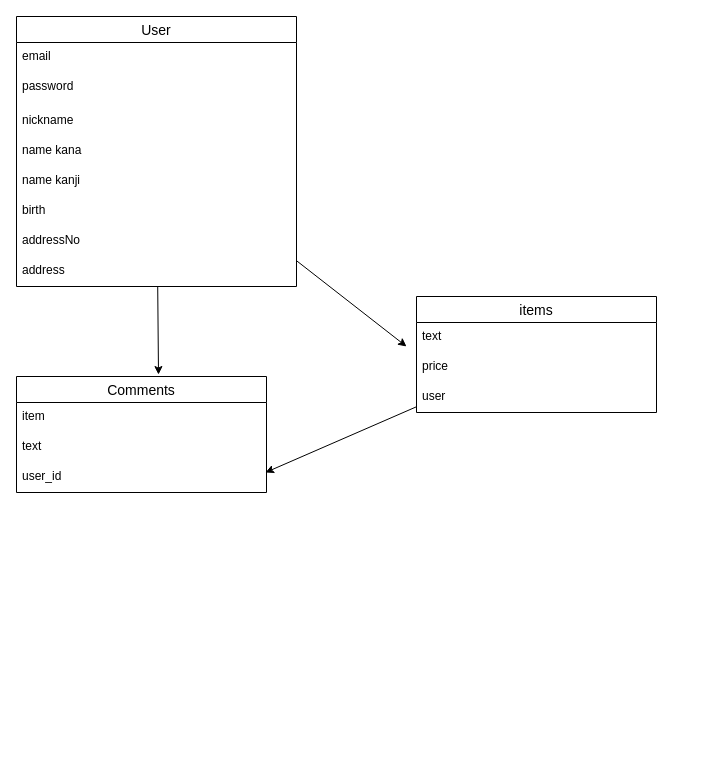
Earlier version of the draw.io diagram ER.dio (midor030/furima-31771). Source tidied: cells renumbered, new cells numbered last; positions are measured from the earlier drawing's top-left corner, leaving out a move shared by most shapes. Both pictures are drawn from the tidied source at 100%, with x=0, y=0 at pixel (16, 16).
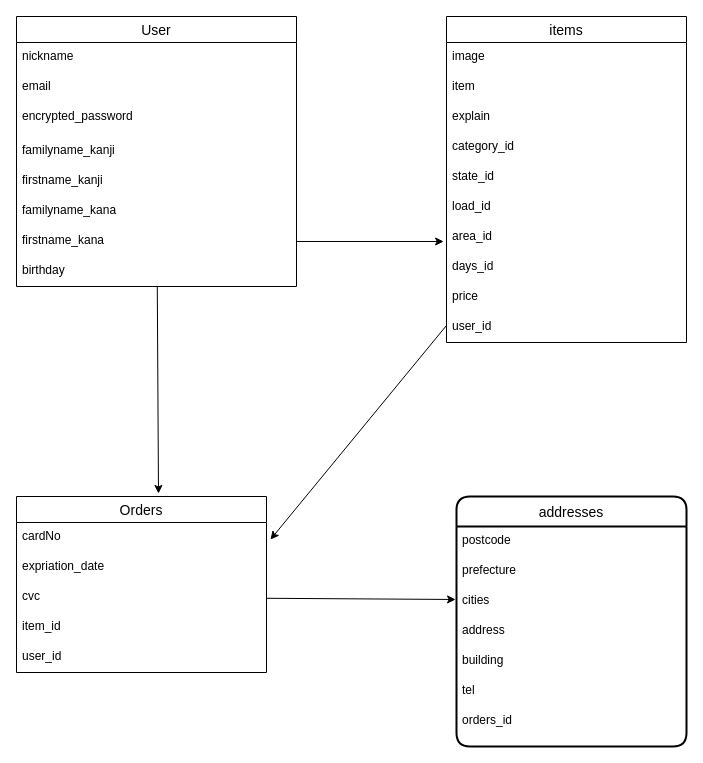
The same diagram, later.

Unchanged cells that the change refers to:
```xml
<mxCell id="4" value="User" style="swimlane;fontStyle=0;horizontal=1;startSize=26;align=center;fontSize=14;" parent="1" vertex="1">
  <mxGeometry width="280" height="270" as="geometry" />
</mxCell>
```

Diff of the diagram source:
```diff
@@
-    <mxCell id="2" style="edgeStyle=none;rounded=0;jettySize=auto;html=1;" parent="1" edge="1" source="4">
-      <mxGeometry relative="1" as="geometry">
-        <mxPoint x="390" y="330" as="targetPoint" />
-      </mxGeometry>
-    </mxCell>
@@
+    <mxCell id="7" value="nickname" style="text;strokeColor=none;fillColor=none;spacingLeft=4;spacingRight=4;overflow=hidden;fontSize=12;" parent="4" vertex="1">
+      <mxGeometry y="26" width="280" height="30" as="geometry" />
+    </mxCell>
     <mxCell id="5" value="email" style="text;strokeColor=none;fillColor=none;spacingLeft=4;spacingRight=4;overflow=hidden;fontSize=12;" parent="4" vertex="1">
-      <mxGeometry y="26" width="280" height="30" as="geometry" />
+      <mxGeometry y="56" width="280" height="30" as="geometry" />
     </mxCell>
-    <mxCell id="6" value="password" style="text;strokeColor=none;fillColor=none;spacingLeft=4;spacingRight=4;overflow=hidden;fontSize=12;" parent="4" vertex="1">
-      <mxGeometry y="56" width="280" height="34" as="geometry" />
+    <mxCell id="6" value="encrypted_password&#10;" style="text;strokeColor=none;fillColor=none;spacingLeft=4;spacingRight=4;overflow=hidden;fontSize=12;" parent="4" vertex="1">
+      <mxGeometry y="86" width="280" height="34" as="geometry" />
     </mxCell>
-    <mxCell id="7" value="nickname" style="text;strokeColor=none;fillColor=none;spacingLeft=4;spacingRight=4;overflow=hidden;fontSize=12;" parent="4" vertex="1">
-      <mxGeometry y="90" width="280" height="30" as="geometry" />
-    </mxCell>
-    <mxCell id="8" value="name kana" style="text;strokeColor=none;fillColor=none;spacingLeft=4;spacingRight=4;overflow=hidden;fontSize=12;" parent="4" vertex="1">
+    <mxCell id="8" value="familyname_kanji" style="text;strokeColor=none;fillColor=none;spacingLeft=4;spacingRight=4;overflow=hidden;fontSize=12;" parent="4" vertex="1">
       <mxGeometry y="120" width="280" height="30" as="geometry" />
     </mxCell>
-    <mxCell id="9" value="name kanji" style="text;strokeColor=none;fillColor=none;spacingLeft=4;spacingRight=4;overflow=hidden;fontSize=12;" parent="4" vertex="1">
+    <mxCell id="9" value="firstname_kanji&#10;" style="text;strokeColor=none;fillColor=none;spacingLeft=4;spacingRight=4;overflow=hidden;fontSize=12;" parent="4" vertex="1">
       <mxGeometry y="150" width="280" height="30" as="geometry" />
     </mxCell>
-    <mxCell id="10" value="birth" style="text;strokeColor=none;fillColor=none;spacingLeft=4;spacingRight=4;overflow=hidden;fontSize=12;" parent="4" vertex="1">
+    <mxCell id="10" value="familyname_kana" style="text;strokeColor=none;fillColor=none;spacingLeft=4;spacingRight=4;overflow=hidden;fontSize=12;" parent="4" vertex="1">
       <mxGeometry y="180" width="280" height="30" as="geometry" />
     </mxCell>
-    <mxCell id="11" value="addressNo" style="text;strokeColor=none;fillColor=none;spacingLeft=4;spacingRight=4;overflow=hidden;points=[[0,0.5],[1,0.5]];portConstraint=eastwest;fontSize=12;" parent="4" vertex="1">
+    <mxCell id="11" value="firstname_kana" style="text;strokeColor=none;fillColor=none;spacingLeft=4;spacingRight=4;overflow=hidden;points=[[0,0.5],[1,0.5]];portConstraint=eastwest;fontSize=12;" parent="4" vertex="1">
       <mxGeometry y="210" width="280" height="30" as="geometry" />
     </mxCell>
-    <mxCell id="12" value="address" style="text;strokeColor=none;fillColor=none;spacingLeft=4;spacingRight=4;overflow=hidden;fontSize=12;" parent="4" vertex="1">
-      <mxGeometry y="240" width="280" height="30" as="geometry" />
-    </mxCell>
+    <mxCell id="22" value="birthday" style="text;strokeColor=none;fillColor=none;spacingLeft=4;spacingRight=4;overflow=hidden;fontSize=12;" parent="4" vertex="1">
+      <mxGeometry y="240" width="280" height="30" as="geometry" />
+    </mxCell>
-    <mxCell id="13" style="edgeStyle=none;rounded=0;jettySize=auto;html=1;entryX=0.996;entryY=0.333;entryDx=0;entryDy=0;entryPerimeter=0;" parent="1" edge="1" source="14" target="21">
+    <mxCell id="13" style="edgeStyle=none;rounded=0;jettySize=auto;html=1;entryX=1.016;entryY=0.567;entryDx=0;entryDy=0;entryPerimeter=0;" parent="1" edge="1" source="14" target="32">
       <mxGeometry relative="1" as="geometry" />
     </mxCell>
     <mxCell id="14" value="items" style="swimlane;fontStyle=0;horizontal=1;startSize=26;align=center;fontSize=14;" parent="1" vertex="1">
-      <mxGeometry x="400" y="280" width="240" height="116" as="geometry" />
+      <mxGeometry x="430" width="240" height="326" as="geometry" />
     </mxCell>
-    <mxCell id="15" value="text" style="text;strokeColor=none;fillColor=none;spacingLeft=4;spacingRight=4;overflow=hidden;fontSize=12;" parent="14" vertex="1">
-      <mxGeometry y="26" width="240" height="30" as="geometry" />
-    </mxCell>
+    <mxCell id="23" value="image" style="text;strokeColor=none;fillColor=none;spacingLeft=4;spacingRight=4;overflow=hidden;fontSize=12;" parent="14" vertex="1">
+      <mxGeometry y="26" width="240" height="30" as="geometry" />
+    </mxCell>
+    <mxCell id="24" value="item" style="text;strokeColor=none;fillColor=none;spacingLeft=4;spacingRight=4;overflow=hidden;fontSize=12;" parent="14" vertex="1">
+      <mxGeometry y="56" width="240" height="30" as="geometry" />
+    </mxCell>
+    <mxCell id="25" value="explain" style="text;strokeColor=none;fillColor=none;spacingLeft=4;spacingRight=4;overflow=hidden;fontSize=12;" parent="14" vertex="1">
+      <mxGeometry y="86" width="240" height="30" as="geometry" />
+    </mxCell>
+    <mxCell id="26" value="category_id" style="text;strokeColor=none;fillColor=none;spacingLeft=4;spacingRight=4;overflow=hidden;fontSize=12;" parent="14" vertex="1">
+      <mxGeometry y="116" width="240" height="30" as="geometry" />
+    </mxCell>
+    <mxCell id="27" value="state_id" style="text;strokeColor=none;fillColor=none;spacingLeft=4;spacingRight=4;overflow=hidden;fontSize=12;" parent="14" vertex="1">
+      <mxGeometry y="146" width="240" height="30" as="geometry" />
+    </mxCell>
+    <mxCell id="28" value="load_id" style="text;strokeColor=none;fillColor=none;spacingLeft=4;spacingRight=4;overflow=hidden;fontSize=12;" parent="14" vertex="1">
+      <mxGeometry y="176" width="240" height="30" as="geometry" />
+    </mxCell>
+    <mxCell id="29" value="area_id" style="text;strokeColor=none;fillColor=none;spacingLeft=4;spacingRight=4;overflow=hidden;points=[[0,0.5],[1,0.5]];portConstraint=eastwest;fontSize=12;" parent="14" vertex="1">
+      <mxGeometry y="206" width="240" height="30" as="geometry" />
+    </mxCell>
+    <mxCell id="30" value="days_id" style="text;strokeColor=none;fillColor=none;spacingLeft=4;spacingRight=4;overflow=hidden;fontSize=12;" parent="14" vertex="1">
+      <mxGeometry y="236" width="240" height="30" as="geometry" />
+    </mxCell>
     <mxCell id="16" value="price" style="text;strokeColor=none;fillColor=none;spacingLeft=4;spacingRight=4;overflow=hidden;fontSize=12;" parent="14" vertex="1">
-      <mxGeometry y="56" width="240" height="30" as="geometry" />
+      <mxGeometry y="266" width="240" height="30" as="geometry" />
     </mxCell>
-    <mxCell id="17" value="user" style="text;strokeColor=none;fillColor=none;spacingLeft=4;spacingRight=4;overflow=hidden;fontSize=12;verticalAlign=top;" parent="14" vertex="1">
-      <mxGeometry y="86" width="240" height="30" as="geometry" />
+    <mxCell id="17" value="user_id" style="text;strokeColor=none;fillColor=none;spacingLeft=4;spacingRight=4;overflow=hidden;fontSize=12;verticalAlign=top;" parent="14" vertex="1">
+      <mxGeometry y="296" width="240" height="30" as="geometry" />
     </mxCell>
+    <mxCell id="31" style="edgeStyle=orthogonalEdgeStyle;rounded=0;jettySize=auto;html=1;entryX=-0.012;entryY=0.633;entryDx=0;entryDy=0;entryPerimeter=0;" parent="1" edge="1" source="11" target="29">
+      <mxGeometry relative="1" as="geometry" />
+    </mxCell>
-    <mxCell id="18" value="Comments" style="swimlane;fontStyle=0;horizontal=1;startSize=26;align=center;fontSize=14;" parent="1" vertex="1">
-      <mxGeometry y="360" width="250" height="116" as="geometry" />
+    <mxCell id="18" value="Orders" style="swimlane;fontStyle=0;horizontal=1;startSize=26;align=center;fontSize=14;" parent="1" vertex="1">
+      <mxGeometry y="480" width="250" height="176" as="geometry" />
     </mxCell>
+    <mxCell id="32" value="cardNo" style="text;strokeColor=none;fillColor=none;spacingLeft=4;spacingRight=4;overflow=hidden;points=[[0,0.5],[1,0.5]];portConstraint=eastwest;fontSize=12;" parent="18" vertex="1">
+      <mxGeometry y="26" width="250" height="30" as="geometry" />
+    </mxCell>
+    <mxCell id="33" value="expriation_date" style="text;strokeColor=none;fillColor=none;spacingLeft=4;spacingRight=4;overflow=hidden;fontSize=12;" parent="18" vertex="1">
+      <mxGeometry y="56" width="250" height="30" as="geometry" />
+    </mxCell>
+    <mxCell id="34" value="cvc" style="text;strokeColor=none;fillColor=none;spacingLeft=4;spacingRight=4;overflow=hidden;points=[[0,0.5],[1,0.5]];portConstraint=eastwest;fontSize=12;" parent="18" vertex="1">
+      <mxGeometry y="86" width="250" height="30" as="geometry" />
+    </mxCell>
-    <mxCell id="19" value="item" style="text;strokeColor=none;fillColor=none;spacingLeft=4;spacingRight=4;overflow=hidden;fontSize=12;" parent="18" vertex="1">
-      <mxGeometry y="26" width="250" height="30" as="geometry" />
+    <mxCell id="19" value="item_id" style="text;strokeColor=none;fillColor=none;spacingLeft=4;spacingRight=4;overflow=hidden;fontSize=12;" parent="18" vertex="1">
+      <mxGeometry y="116" width="250" height="30" as="geometry" />
     </mxCell>
-    <mxCell id="20" value="text" style="text;strokeColor=none;fillColor=none;spacingLeft=4;spacingRight=4;overflow=hidden;fontSize=12;" parent="18" vertex="1">
-      <mxGeometry y="56" width="250" height="30" as="geometry" />
-    </mxCell>
     <mxCell id="21" value="user_id" style="text;strokeColor=none;fillColor=none;spacingLeft=4;spacingRight=4;overflow=hidden;points=[[0,0.5],[1,0.5]];portConstraint=eastwest;fontSize=12;" parent="18" vertex="1">
-      <mxGeometry y="86" width="250" height="30" as="geometry" />
+      <mxGeometry y="146" width="250" height="30" as="geometry" />
     </mxCell>
+    <mxCell id="35" value="addresses" style="swimlane;horizontal=1;startSize=30;rounded=1;fontSize=14;fontStyle=0;strokeWidth=2;shadow=0;dashed=0;align=center;" parent="1" vertex="1">
+      <mxGeometry x="440" y="480" width="230" height="250" as="geometry" />
+    </mxCell>
+    <mxCell id="36" value="postcode" style="text;strokeColor=none;fillColor=none;spacingLeft=4;spacingRight=4;overflow=hidden;fontSize=12;" parent="35" vertex="1">
+      <mxGeometry y="30" width="230" height="30" as="geometry" />
+    </mxCell>
+    <mxCell id="37" value="prefecture" style="text;strokeColor=none;fillColor=none;spacingLeft=4;spacingRight=4;overflow=hidden;fontSize=12;" parent="35" vertex="1">
+      <mxGeometry y="60" width="230" height="30" as="geometry" />
+    </mxCell>
+    <mxCell id="38" value="cities" style="text;strokeColor=none;fillColor=none;spacingLeft=4;spacingRight=4;overflow=hidden;points=[[0,0.5],[1,0.5]];portConstraint=eastwest;fontSize=12;" parent="35" vertex="1">
+      <mxGeometry y="90" width="230" height="30" as="geometry" />
+    </mxCell>
+    <mxCell id="12" value="address" style="text;strokeColor=none;fillColor=none;spacingLeft=4;spacingRight=4;overflow=hidden;fontSize=12;" parent="35" vertex="1">
+      <mxGeometry y="120" width="230" height="30" as="geometry" />
+    </mxCell>
+    <mxCell id="39" value="building" style="text;strokeColor=none;fillColor=none;spacingLeft=4;spacingRight=4;overflow=hidden;fontSize=12;" parent="35" vertex="1">
+      <mxGeometry y="150" width="230" height="30" as="geometry" />
+    </mxCell>
+    <mxCell id="40" value="tel" style="text;strokeColor=none;fillColor=none;spacingLeft=4;spacingRight=4;overflow=hidden;fontSize=12;" parent="35" vertex="1">
+      <mxGeometry y="180" width="230" height="30" as="geometry" />
+    </mxCell>
+    <mxCell id="41" value="orders_id" style="text;strokeColor=none;fillColor=none;spacingLeft=4;spacingRight=4;overflow=hidden;fontSize=12;" parent="35" vertex="1">
+      <mxGeometry y="210" width="230" height="40" as="geometry" />
+    </mxCell>
+    <mxCell id="42" style="edgeStyle=none;rounded=0;jettySize=auto;html=1;entryX=-0.004;entryY=0.433;entryDx=0;entryDy=0;entryPerimeter=0;" parent="1" edge="1" source="34" target="38">
+      <mxGeometry relative="1" as="geometry" />
+    </mxCell>
```
